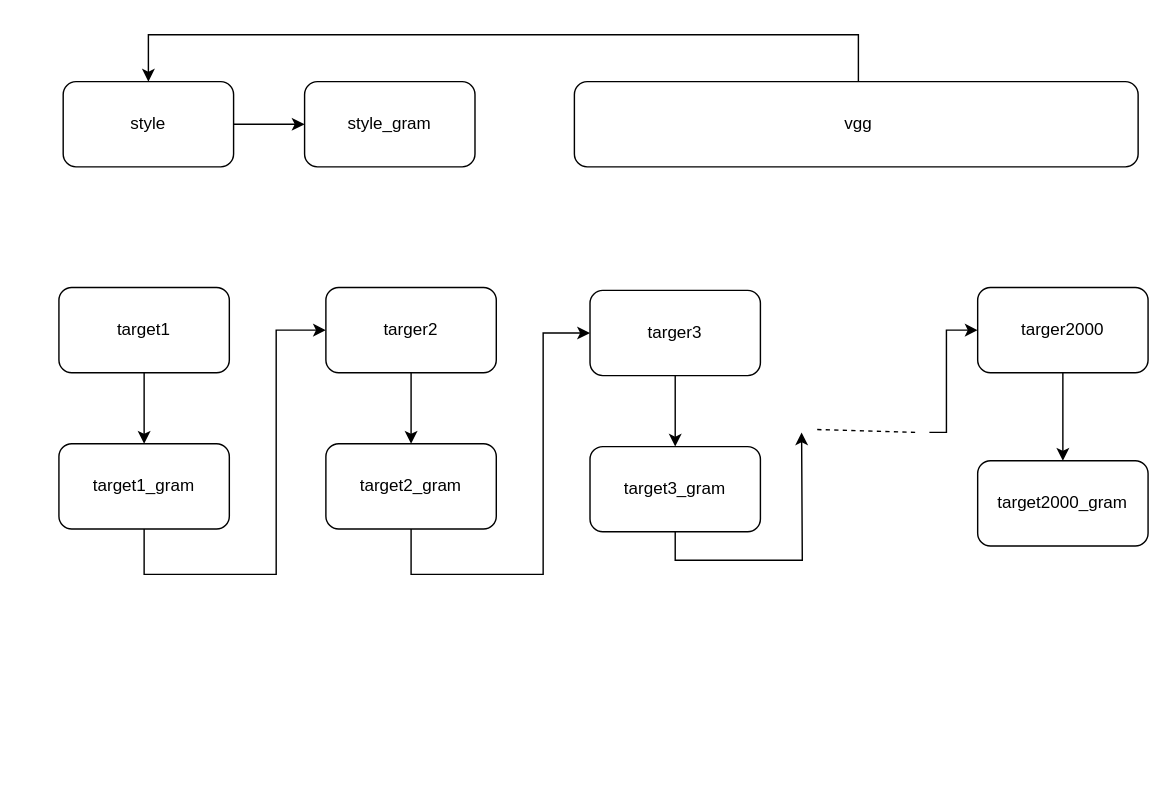
Before: 未命名绘图.drawio in shaowennn/Cat-Face-Detector, a draw.io diagram. Source tidied: cells renumbered, new cells numbered last; positions are measured from the earlier drawing's top-left corner, leaving out a move shared by most shapes. Both pictures are drawn from the tidied source at 142%, with x=0, y=0 at pixel (58, 34).
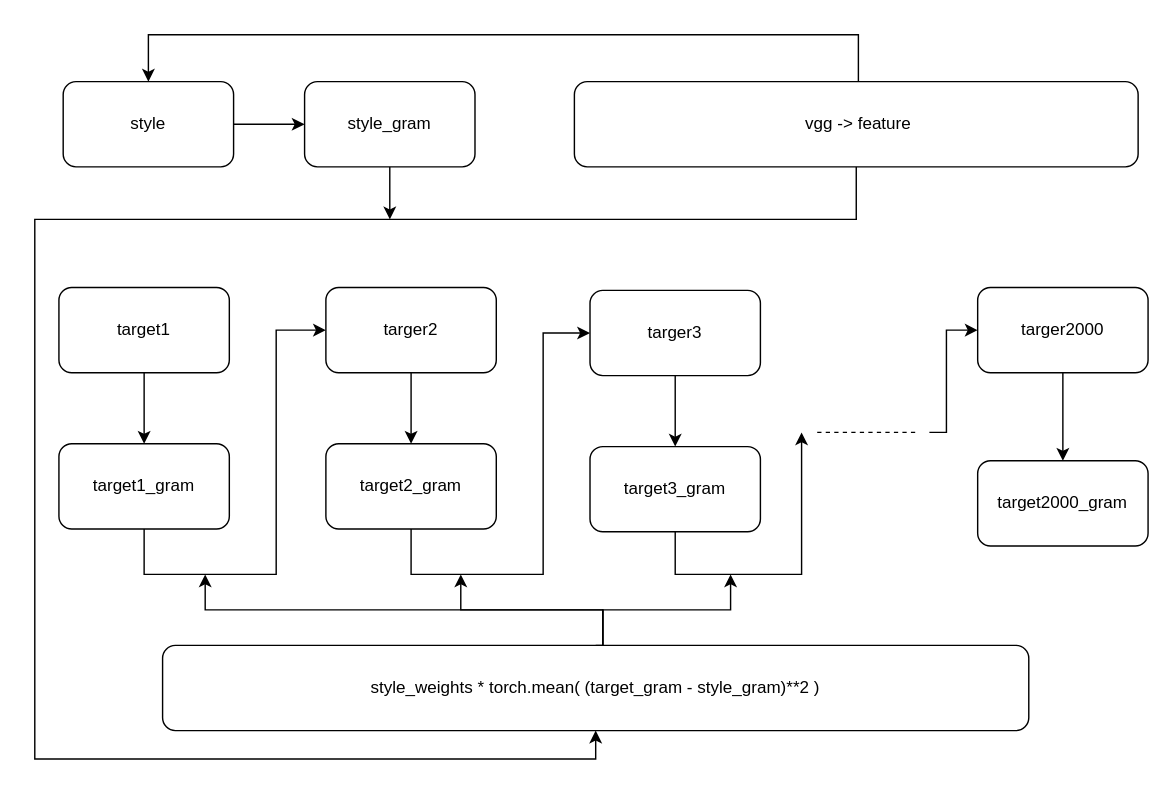
The same page after the edit.

Commit message (it also covers changes not shown here):
更新未命名绘图.drawio

Unchanged cells that the change refers to:
```xml
<mxCell id="6" value="style_gram" style="rounded=1;whiteSpace=wrap;html=1;" parent="1" vertex="1">
  <mxGeometry x="173" y="33" width="120" height="60" as="geometry" />
</mxCell>
<mxCell id="23" value="target3_gram" style="rounded=1;whiteSpace=wrap;html=1;" parent="1" vertex="1">
  <mxGeometry x="374" y="290" width="120" height="60" as="geometry" />
</mxCell>
```

Change to the diagram source:
```diff
@@
+    <mxCell id="24" style="edgeStyle=orthogonalEdgeStyle;rounded=0;jettySize=auto;html=1;exitX=0.5;exitY=1;exitDx=0;exitDy=0;" parent="1" edge="1" source="6">
+      <mxGeometry relative="1" as="geometry">
+        <mxPoint x="233" y="130" as="targetPoint" />
+      </mxGeometry>
+    </mxCell>
@@
+    <mxCell id="25" style="edgeStyle=orthogonalEdgeStyle;rounded=0;jettySize=auto;html=1;exitX=0.5;exitY=1;exitDx=0;exitDy=0;entryX=0.5;entryY=1;entryDx=0;entryDy=0;" parent="1" edge="1" source="12" target="29">
+      <mxGeometry relative="1" as="geometry">
+        <Array as="points">
+          <mxPoint x="562" y="130" />
+          <mxPoint x="-17" y="130" />
+          <mxPoint x="-17" y="510" />
+          <mxPoint x="378" y="510" />
+        </Array>
+      </mxGeometry>
+    </mxCell>
-    <mxCell id="12" value="&amp;nbsp;vgg" style="rounded=1;whiteSpace=wrap;html=1;" parent="1" vertex="1">
+    <mxCell id="12" value="&amp;nbsp;vgg -&amp;gt; feature" style="rounded=1;whiteSpace=wrap;html=1;" parent="1" vertex="1">
       <mxGeometry x="363" y="33" width="397" height="60" as="geometry" />
     </mxCell>
@@
     <mxCell id="18" style="endArrow=none;dashed=1;html=1;rounded=0;" parent="1" edge="1">
       <mxGeometry relative="1" as="geometry">
-        <mxPoint x="534" y="278" as="sourcePoint" />
+        <mxPoint x="534" y="280" as="sourcePoint" />
         <mxPoint x="604" y="280" as="targetPoint" />
       </mxGeometry>
     </mxCell>
@@
     <mxCell id="21" style="edgeStyle=orthogonalEdgeStyle;rounded=0;jettySize=auto;html=1;exitX=0.5;exitY=1;exitDx=0;exitDy=0;" parent="1" edge="1" source="23">
       <mxGeometry relative="1" as="geometry">
         <mxPoint x="523" y="280" as="targetPoint" />
+        <Array as="points">
+          <mxPoint x="434" y="380" />
+          <mxPoint x="523" y="380" />
+        </Array>
       </mxGeometry>
     </mxCell>
@@
+    <mxCell id="26" style="edgeStyle=orthogonalEdgeStyle;rounded=0;jettySize=auto;html=1;exitX=0.5;exitY=0;exitDx=0;exitDy=0;" parent="1" edge="1" source="29">
+      <mxGeometry relative="1" as="geometry">
+        <mxPoint x="103" y="380" as="targetPoint" />
+        <Array as="points">
+          <mxPoint x="383" y="430" />
+          <mxPoint x="383" y="405" />
+          <mxPoint x="103" y="405" />
+        </Array>
+      </mxGeometry>
+    </mxCell>
+    <mxCell id="27" style="edgeStyle=orthogonalEdgeStyle;rounded=0;jettySize=auto;html=1;" parent="1" edge="1" source="29">
+      <mxGeometry relative="1" as="geometry">
+        <mxPoint x="283" y="380" as="targetPoint" />
+        <Array as="points">
+          <mxPoint x="383" y="405" />
+          <mxPoint x="283" y="405" />
+        </Array>
+      </mxGeometry>
+    </mxCell>
+    <mxCell id="28" style="edgeStyle=orthogonalEdgeStyle;rounded=0;jettySize=auto;html=1;" parent="1" edge="1" source="29">
+      <mxGeometry relative="1" as="geometry">
+        <mxPoint x="473" y="380" as="targetPoint" />
+        <Array as="points">
+          <mxPoint x="383" y="405" />
+          <mxPoint x="473" y="405" />
+        </Array>
+      </mxGeometry>
+    </mxCell>
+    <mxCell id="29" value="style_weights * torch.mean( (target_gram - style_gram)**2 )" style="rounded=1;whiteSpace=wrap;html=1;" parent="1" vertex="1">
+      <mxGeometry x="73" y="430" width="610" height="60" as="geometry" />
+    </mxCell>
```
